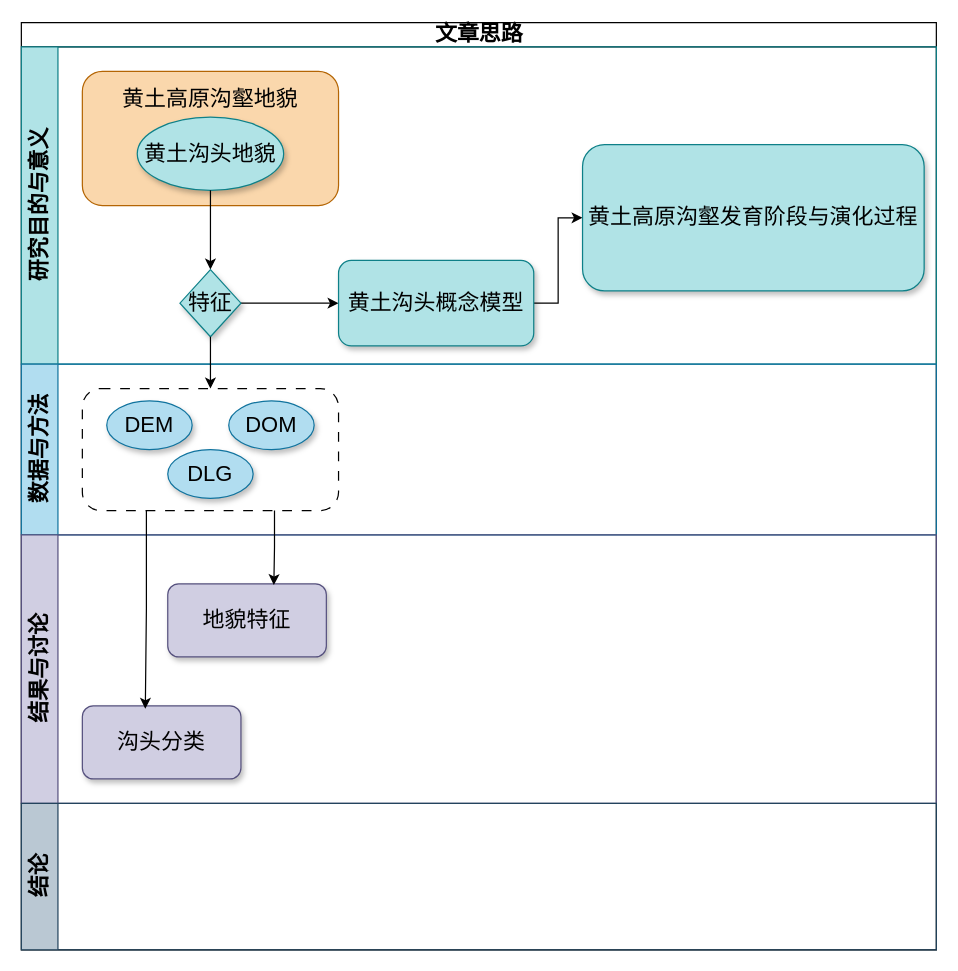
lesmorts/Notes keeps this draw.io diagram as Genglish论文思维导图.drawio. Above is the earlier version. Source tidied: cells renumbered, new cells numbered last; positions are measured from the earlier drawing's top-left corner, leaving out a move shared by most shapes. Both pictures are drawn from the tidied source at 122%, with x=0, y=0 at pixel (21, 22).
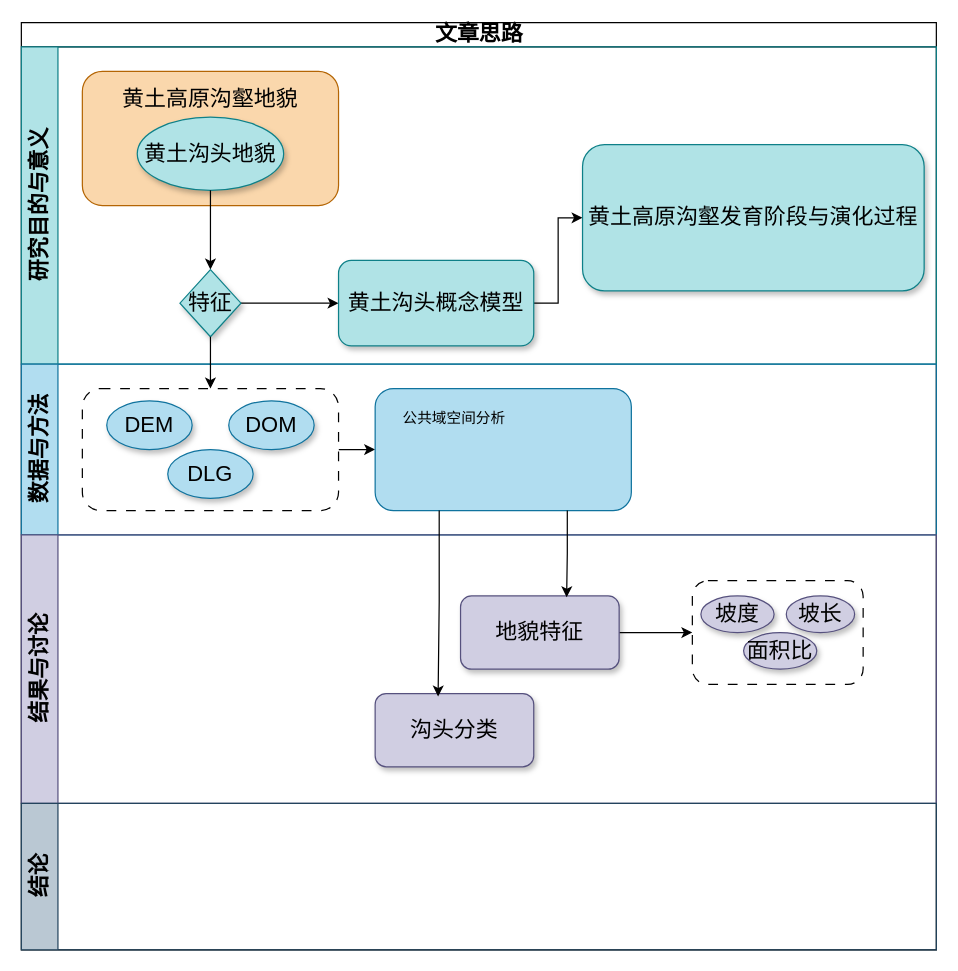
The same page after the edit.

Commit message:
更新Genglish论文思维导图.drawio

The change refers to these unchanged cells:
```xml
<mxCell id="2" value="文章思路" style="swimlane;html=1;horizontal=1;startSize=20;swimlaneFillColor=default;direction=east;align=center;flipH=0;flipV=0;labelPosition=center;verticalLabelPosition=middle;verticalAlign=middle;fontSize=18;" parent="1" vertex="1">
  <mxGeometry width="750" height="760" as="geometry" />
</mxCell>
<mxCell id="13" value="数据与方法" style="swimlane;html=1;startSize=30;horizontal=0;fontSize=18;fillColor=#b1ddf0;strokeColor=#10739e;" parent="2" vertex="1">
  <mxGeometry y="280" width="750" height="140" as="geometry" />
</mxCell>
<mxCell id="14" style="rounded=1;whiteSpace=wrap;html=1;strokeColor=default;align=center;verticalAlign=middle;swimlaneFillColor=default;fontFamily=Helvetica;fontSize=18;fontColor=default;fontStyle=1;fillColor=default;dashed=1;dashPattern=8 8;" parent="13" vertex="1">
  <mxGeometry x="50" y="20" width="210" height="100" as="geometry" />
</mxCell>
<mxCell id="18" value="结果与讨论" style="swimlane;html=1;startSize=30;horizontal=0;direction=east;fontSize=18;fillColor=#d0cee2;strokeColor=#56517e;" parent="2" vertex="1">
  <mxGeometry y="420" width="750" height="220" as="geometry" />
</mxCell>
```

Diff of the diagram source:
```diff
@@
+    <mxCell id="25" style="edgeStyle=orthogonalEdgeStyle;rounded=0;jettySize=auto;html=1;exitX=1;exitY=0.5;exitDx=0;exitDy=0;" parent="13" edge="1" source="14" target="26">
+      <mxGeometry relative="1" as="geometry" />
+    </mxCell>
@@
+    <mxCell id="26" style="rounded=1;whiteSpace=wrap;html=1;strokeColor=#10739e;align=center;verticalAlign=middle;swimlaneFillColor=default;fontFamily=Helvetica;fontSize=18;fontStyle=1;fillColor=#b1ddf0;" parent="13" vertex="1">
+      <mxGeometry x="290" y="20" width="210" height="100" as="geometry" />
+    </mxCell>
+    <mxCell id="27" value="公共域空间分析" style="text;html=1;align=center;verticalAlign=middle;whiteSpace=wrap;rounded=0;" parent="13" vertex="1">
+      <mxGeometry x="290" y="30" width="130" height="30" as="geometry" />
+    </mxCell>
@@
     <mxCell id="19" value="&lt;span style=&quot;font-weight: normal;&quot;&gt;沟头分类&lt;/span&gt;" style="rounded=1;whiteSpace=wrap;html=1;strokeColor=#56517e;align=center;verticalAlign=middle;swimlaneFillColor=default;fontFamily=Helvetica;fontSize=18;fontStyle=1;fillColor=#d0cee2;shadow=1;" parent="18" vertex="1">
-      <mxGeometry x="50" y="140" width="130" height="60" as="geometry" />
+      <mxGeometry x="290" y="130" width="130" height="60" as="geometry" />
     </mxCell>
+    <mxCell id="28" style="edgeStyle=orthogonalEdgeStyle;rounded=0;jettySize=auto;html=1;exitX=1;exitY=0.5;exitDx=0;exitDy=0;entryX=0;entryY=0.5;entryDx=0;entryDy=0;" parent="18" edge="1" source="20" target="29">
+      <mxGeometry relative="1" as="geometry" />
+    </mxCell>
     <mxCell id="20" value="&lt;span style=&quot;font-weight: normal;&quot;&gt;地貌特征&lt;/span&gt;" style="rounded=1;whiteSpace=wrap;html=1;strokeColor=#56517e;align=center;verticalAlign=middle;swimlaneFillColor=default;fontFamily=Helvetica;fontSize=18;fontStyle=1;fillColor=#d0cee2;shadow=1;" parent="18" vertex="1">
-      <mxGeometry x="120" y="40" width="130" height="60" as="geometry" />
+      <mxGeometry x="360" y="50" width="130" height="60" as="geometry" />
     </mxCell>
+    <mxCell id="29" style="rounded=1;whiteSpace=wrap;html=1;strokeColor=default;align=center;verticalAlign=middle;swimlaneFillColor=default;fontFamily=Helvetica;fontSize=18;fontColor=default;fontStyle=1;fillColor=default;dashed=1;dashPattern=8 8;shadow=0;" parent="18" vertex="1">
+      <mxGeometry x="550" y="37.5" width="140" height="85" as="geometry" />
+    </mxCell>
+    <mxCell id="30" value="&lt;font style=&quot;font-size: 18px; font-weight: normal;&quot;&gt;坡度&lt;/font&gt;" style="ellipse;whiteSpace=wrap;html=1;strokeColor=#56517e;align=center;verticalAlign=middle;swimlaneFillColor=default;fontFamily=Helvetica;fontSize=18;fontStyle=1;fillColor=#d0cee2;shadow=1;" parent="18" vertex="1">
+      <mxGeometry x="557" y="50" width="60" height="30" as="geometry" />
+    </mxCell>
+    <mxCell id="31" value="&lt;span style=&quot;font-weight: 400;&quot;&gt;坡长&lt;/span&gt;" style="ellipse;whiteSpace=wrap;html=1;strokeColor=#56517e;align=center;verticalAlign=middle;swimlaneFillColor=default;fontFamily=Helvetica;fontSize=18;fontStyle=1;fillColor=#d0cee2;shadow=1;" parent="18" vertex="1">
+      <mxGeometry x="627" y="50" width="56" height="30" as="geometry" />
+    </mxCell>
+    <mxCell id="32" value="&lt;span style=&quot;font-weight: 400;&quot;&gt;面积比&lt;/span&gt;" style="ellipse;whiteSpace=wrap;html=1;strokeColor=#56517e;align=center;verticalAlign=middle;swimlaneFillColor=default;fontFamily=Helvetica;fontSize=18;fontStyle=1;fillColor=#d0cee2;shadow=1;" parent="18" vertex="1">
+      <mxGeometry x="592" y="80" width="60" height="30" as="geometry" />
+    </mxCell>
@@
-    <mxCell id="23" style="edgeStyle=orthogonalEdgeStyle;rounded=0;jettySize=auto;html=1;exitX=0.25;exitY=1;exitDx=0;exitDy=0;entryX=0.397;entryY=0.041;entryDx=0;entryDy=0;entryPerimeter=0;fontFamily=Helvetica;fontSize=12;fontColor=default;fontStyle=1;" parent="2" edge="1" source="14" target="19">
+    <mxCell id="23" style="edgeStyle=orthogonalEdgeStyle;rounded=0;jettySize=auto;html=1;exitX=0.25;exitY=1;exitDx=0;exitDy=0;entryX=0.397;entryY=0.041;entryDx=0;entryDy=0;entryPerimeter=0;fontFamily=Helvetica;fontSize=12;fontColor=default;fontStyle=1;" parent="2" edge="1" source="26" target="19">
       <mxGeometry relative="1" as="geometry" />
     </mxCell>
-    <mxCell id="24" style="edgeStyle=orthogonalEdgeStyle;rounded=0;jettySize=auto;html=1;exitX=0.75;exitY=1;exitDx=0;exitDy=0;entryX=0.669;entryY=0.018;entryDx=0;entryDy=0;entryPerimeter=0;fontFamily=Helvetica;fontSize=12;fontColor=default;fontStyle=1;" parent="2" edge="1" source="14" target="20">
+    <mxCell id="24" style="edgeStyle=orthogonalEdgeStyle;rounded=0;jettySize=auto;html=1;exitX=0.75;exitY=1;exitDx=0;exitDy=0;entryX=0.669;entryY=0.018;entryDx=0;entryDy=0;entryPerimeter=0;fontFamily=Helvetica;fontSize=12;fontColor=default;fontStyle=1;" parent="2" edge="1" source="26" target="20">
       <mxGeometry relative="1" as="geometry" />
     </mxCell>
```
